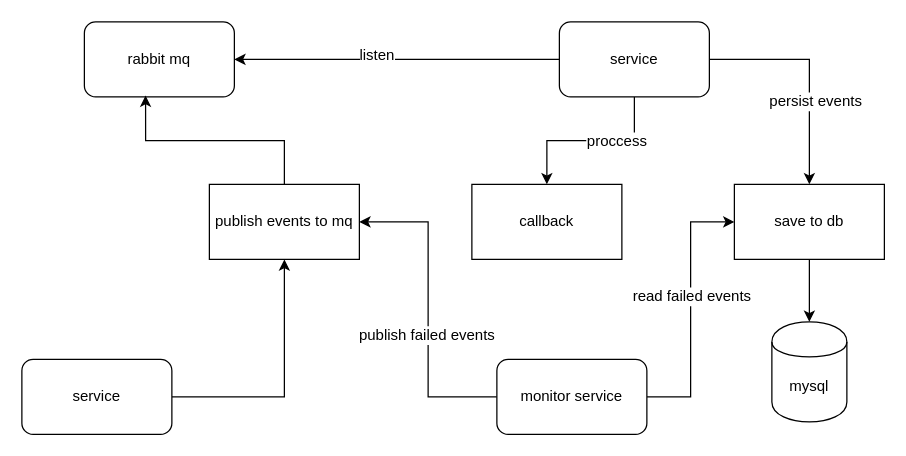
The draw.io diagram source/未命名表单.drawio in toby2o12/drawio, before the edit. Source tidied: cells renumbered, new cells numbered last; positions are measured from the earlier drawing's top-left corner, leaving out a move shared by most shapes. Both pictures are drawn from the tidied source at 125%, with x=0, y=0 at pixel (21, 21).
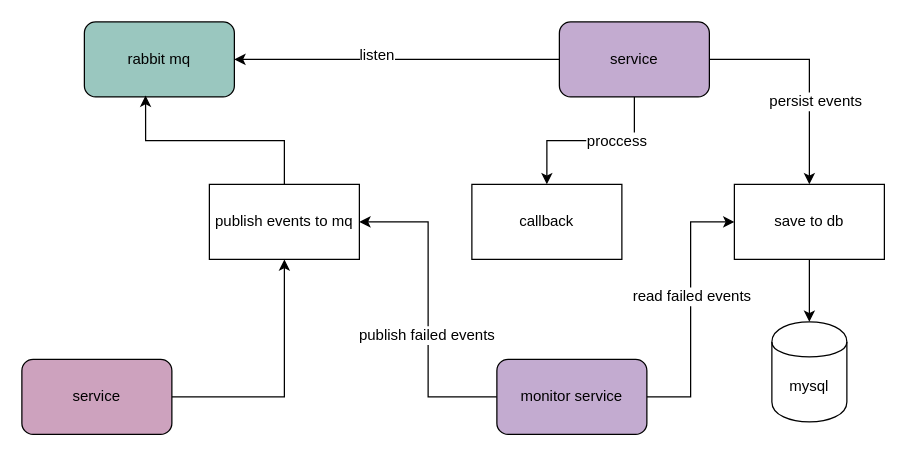
The same page after the edit.

Commit message:
更新未命名表单.drawio

The edit, as a diff of the source:
```diff
@@
-    <mxCell id="2" value="rabbit mq" style="rounded=1;whiteSpace=wrap;html=1;" parent="1" vertex="1">
+    <mxCell id="2" value="rabbit mq" style="rounded=1;whiteSpace=wrap;html=1;fillColor=#9AC7BF;" parent="1" vertex="1">
       <mxGeometry x="50" width="120" height="60" as="geometry" />
     </mxCell>
@@
-    <mxCell id="9" value="service" style="rounded=1;whiteSpace=wrap;html=1;" parent="1" vertex="1">
+    <mxCell id="9" value="service" style="rounded=1;whiteSpace=wrap;html=1;fillColor=#C3ABD0;" parent="1" vertex="1">
       <mxGeometry x="430" width="120" height="60" as="geometry" />
     </mxCell>
@@
-    <mxCell id="11" value="service" style="rounded=1;whiteSpace=wrap;html=1;" parent="1" vertex="1">
+    <mxCell id="11" value="service" style="rounded=1;whiteSpace=wrap;html=1;fillColor=#CDA2BE;" parent="1" vertex="1">
       <mxGeometry y="270" width="120" height="60" as="geometry" />
     </mxCell>
@@
-    <mxCell id="21" value="monitor service" style="rounded=1;whiteSpace=wrap;html=1;" parent="1" vertex="1">
+    <mxCell id="21" value="monitor service" style="rounded=1;whiteSpace=wrap;html=1;fillColor=#C3ABD0;" parent="1" vertex="1">
       <mxGeometry x="380" y="270" width="120" height="60" as="geometry" />
     </mxCell>
```
